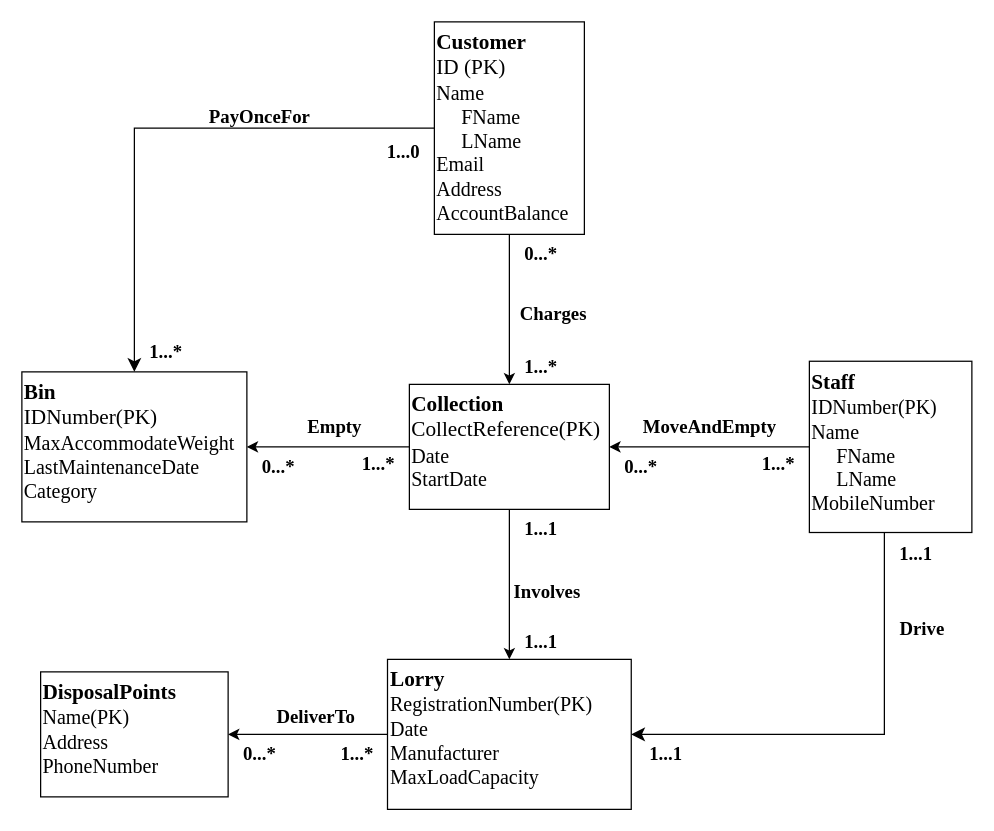
Before: CSC8017coursework1.drawio in Aurrrrr/Aur, a draw.io diagram. Source tidied: cells renumbered, new cells numbered last; positions are measured from the earlier drawing's top-left corner, leaving out a move shared by most shapes. Both pictures are drawn from the tidied source at 125%, with x=0, y=0 at pixel (21, 21).
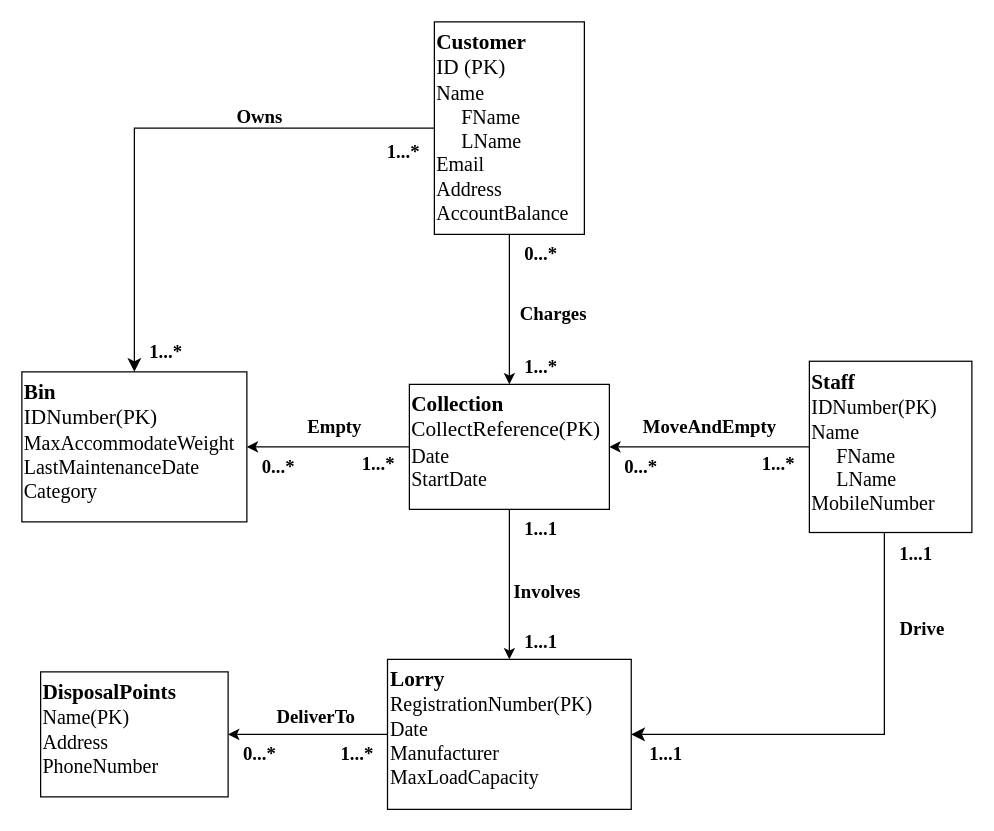
After the change.

Change to the diagram source:
```diff
@@
-    <mxCell id="14" value="PayOnceFor" style="text;html=1;align=center;verticalAlign=middle;strokeColor=none;fillColor=none;fontStyle=1;fontFamily=Times New Roman;fontSize=15;" parent="1" vertex="1">
-      <mxGeometry x="140" y="60" width="100" height="30" as="geometry" />
+    <mxCell id="14" value="Owns" style="text;html=1;align=center;verticalAlign=middle;strokeColor=none;fillColor=none;fontStyle=1;fontFamily=Times New Roman;fontSize=15;" parent="1" vertex="1">
+      <mxGeometry x="160" y="60" width="60" height="30" as="geometry" />
     </mxCell>
@@
-    <mxCell id="22" value="1...0" style="text;html=1;align=center;verticalAlign=middle;strokeColor=none;fillColor=none;fontFamily=Times New Roman;fontSize=15;fontStyle=1;" parent="1" vertex="1">
+    <mxCell id="22" value="1...*" style="text;html=1;align=center;verticalAlign=middle;strokeColor=none;fillColor=none;fontFamily=Times New Roman;fontSize=15;fontStyle=1;" parent="1" vertex="1">
       <mxGeometry x="280" y="88" width="50" height="30" as="geometry" />
     </mxCell>
```
